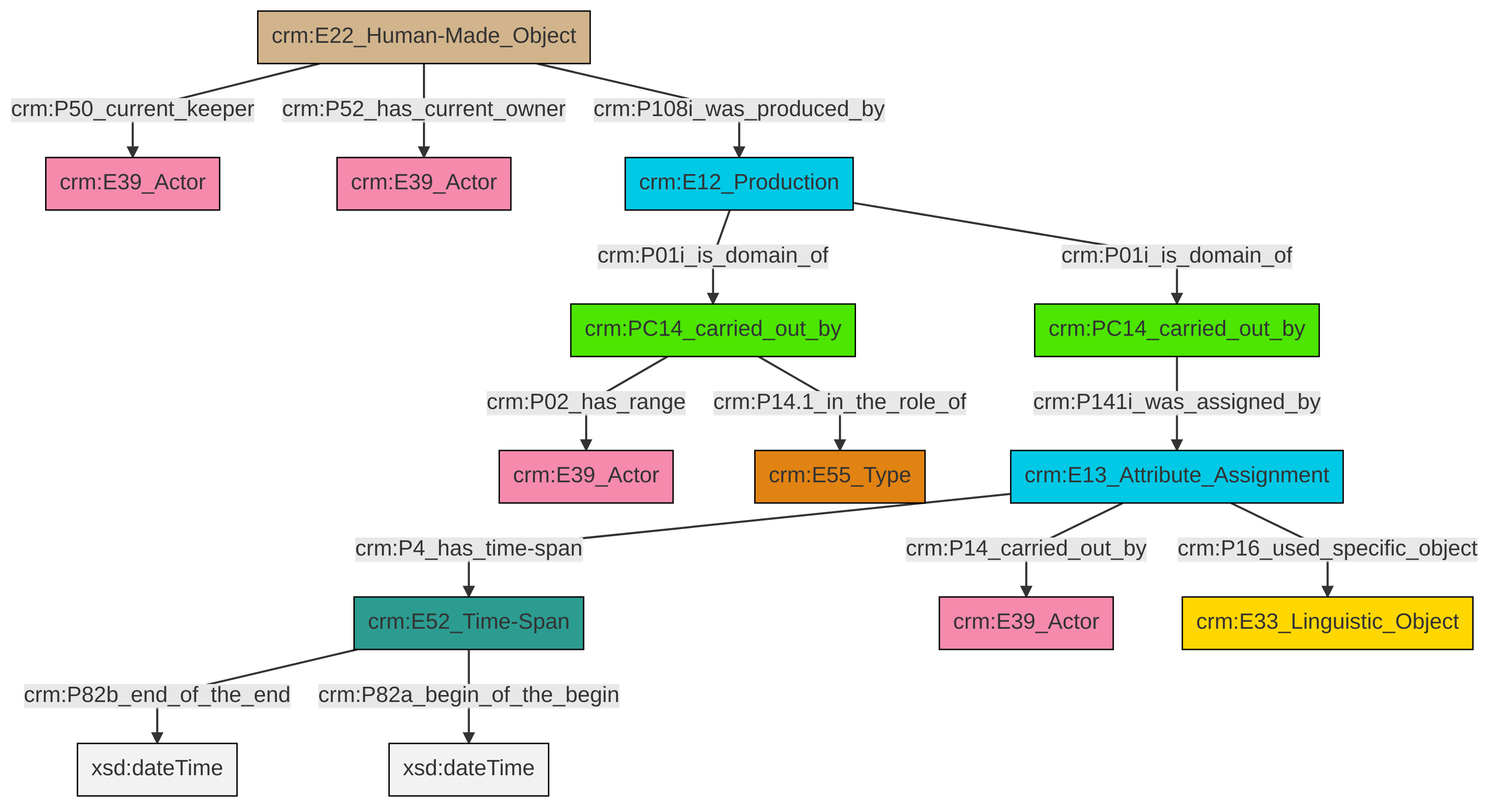
Before: et/carrierCSV/ttl/mmd/png/carrier_relations.png, a diagram exported from Mermaid (swiss-art-research-net/docs.swissartresearch). Its source is kept beside it as et/carrierCSV/ttl/mmd/carrier_relations.ttl.mmd.
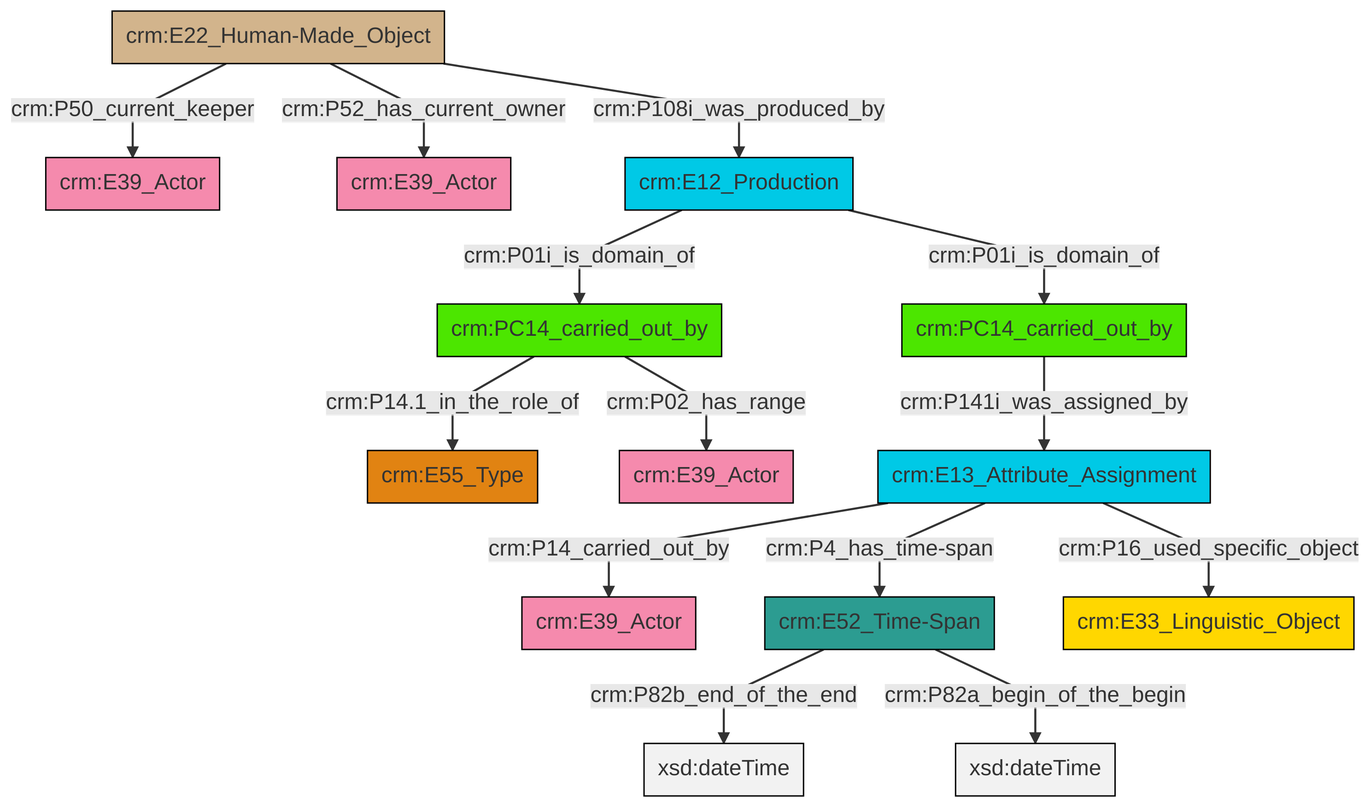
After the commit.

Diff of the diagram source:
```diff
@@ -13,16 +13,16 @@
 classDef PC_Classes fill:#4ce600, stroke:#000000;
 classDef Multi fill:#cccccc,stroke:#000000;
 
-0["crm:E52_Time-Span"]:::Time-Span -->|crm:P82b_end_of_the_end| 1[xsd:dateTime]:::Literal
-2["crm:PC14_carried_out_by"]:::PC_Classes -->|crm:P02_has_range| 3["crm:E39_Actor"]:::Actor
-7["crm:E22_Human-Made_Object"]:::Physical_Thing -->|crm:P50_current_keeper| 8["crm:E39_Actor"]:::Actor
-9["crm:PC14_carried_out_by"]:::PC_Classes -->|crm:P141i_was_assigned_by| 10["crm:E13_Attribute_Assignment"]:::Temporal_Entity
-10["crm:E13_Attribute_Assignment"]:::Temporal_Entity -->|crm:P14_carried_out_by| 11["crm:E39_Actor"]:::Actor
-10["crm:E13_Attribute_Assignment"]:::Temporal_Entity -->|crm:P4_has_time-span| 0["crm:E52_Time-Span"]:::Time-Span
-10["crm:E13_Attribute_Assignment"]:::Temporal_Entity -->|crm:P16_used_specific_object| 15["crm:E33_Linguistic_Object"]:::Conceptual_Object
-2["crm:PC14_carried_out_by"]:::PC_Classes -->|crm:P14.1_in_the_role_of| 4["crm:E55_Type"]:::Type
-7["crm:E22_Human-Made_Object"]:::Physical_Thing -->|crm:P52_has_current_owner| 16["crm:E39_Actor"]:::Actor
-7["crm:E22_Human-Made_Object"]:::Physical_Thing -->|crm:P108i_was_produced_by| 18["crm:E12_Production"]:::Temporal_Entity
-18["crm:E12_Production"]:::Temporal_Entity -->|crm:P01i_is_domain_of| 2["crm:PC14_carried_out_by"]:::PC_Classes
-18["crm:E12_Production"]:::Temporal_Entity -->|crm:P01i_is_domain_of| 9["crm:PC14_carried_out_by"]:::PC_Classes
-0["crm:E52_Time-Span"]:::Time-Span -->|crm:P82a_begin_of_the_begin| 25[xsd:dateTime]:::Literal
+2["crm:E13_Attribute_Assignment"]:::Temporal_Entity -->|crm:P14_carried_out_by| 3["crm:E39_Actor"]:::Actor
+7["crm:PC14_carried_out_by"]:::PC_Classes -->|crm:P14.1_in_the_role_of| 8["crm:E55_Type"]:::Type
+11["crm:E22_Human-Made_Object"]:::Physical_Thing -->|crm:P50_current_keeper| 5["crm:E39_Actor"]:::Actor
+7["crm:PC14_carried_out_by"]:::PC_Classes -->|crm:P02_has_range| 0["crm:E39_Actor"]:::Actor
+12["crm:E52_Time-Span"]:::Time-Span -->|crm:P82b_end_of_the_end| 13[xsd:dateTime]:::Literal
+11["crm:E22_Human-Made_Object"]:::Physical_Thing -->|crm:P52_has_current_owner| 14["crm:E39_Actor"]:::Actor
+11["crm:E22_Human-Made_Object"]:::Physical_Thing -->|crm:P108i_was_produced_by| 16["crm:E12_Production"]:::Temporal_Entity
+2["crm:E13_Attribute_Assignment"]:::Temporal_Entity -->|crm:P4_has_time-span| 12["crm:E52_Time-Span"]:::Time-Span
+2["crm:E13_Attribute_Assignment"]:::Temporal_Entity -->|crm:P16_used_specific_object| 9["crm:E33_Linguistic_Object"]:::Conceptual_Object
+16["crm:E12_Production"]:::Temporal_Entity -->|crm:P01i_is_domain_of| 7["crm:PC14_carried_out_by"]:::PC_Classes
+16["crm:E12_Production"]:::Temporal_Entity -->|crm:P01i_is_domain_of| 19["crm:PC14_carried_out_by"]:::PC_Classes
+19["crm:PC14_carried_out_by"]:::PC_Classes -->|crm:P141i_was_assigned_by| 2["crm:E13_Attribute_Assignment"]:::Temporal_Entity
+12["crm:E52_Time-Span"]:::Time-Span -->|crm:P82a_begin_of_the_begin| 22[xsd:dateTime]:::Literal
```
